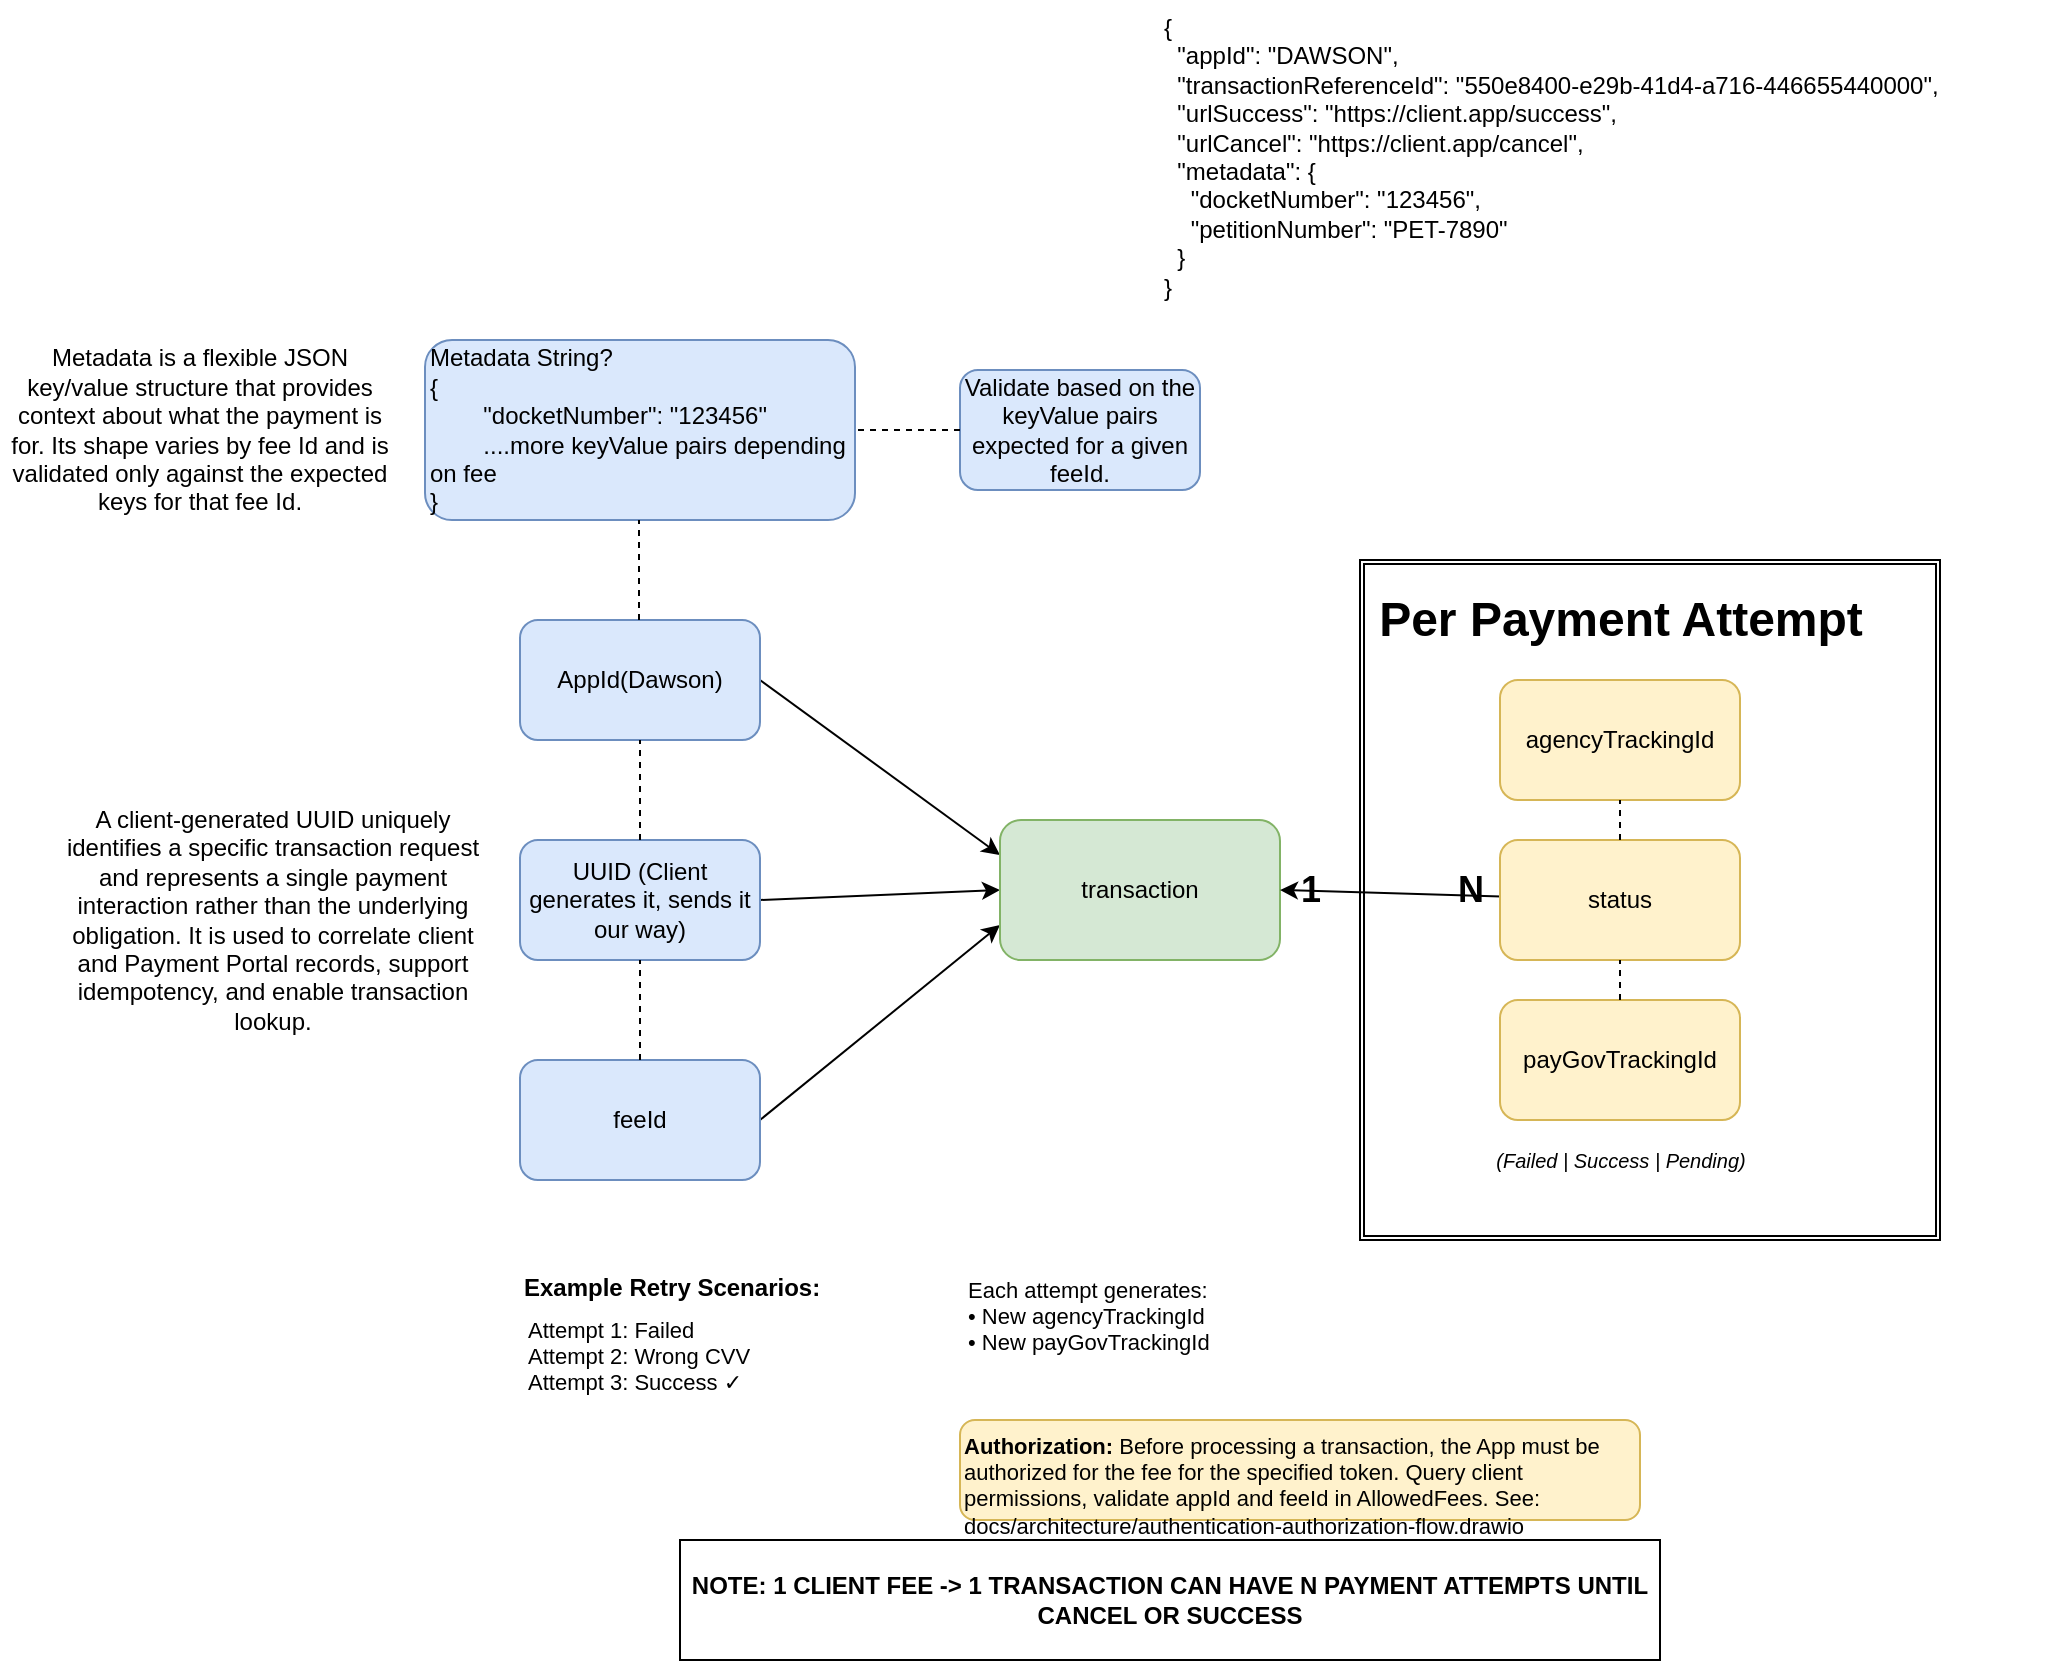
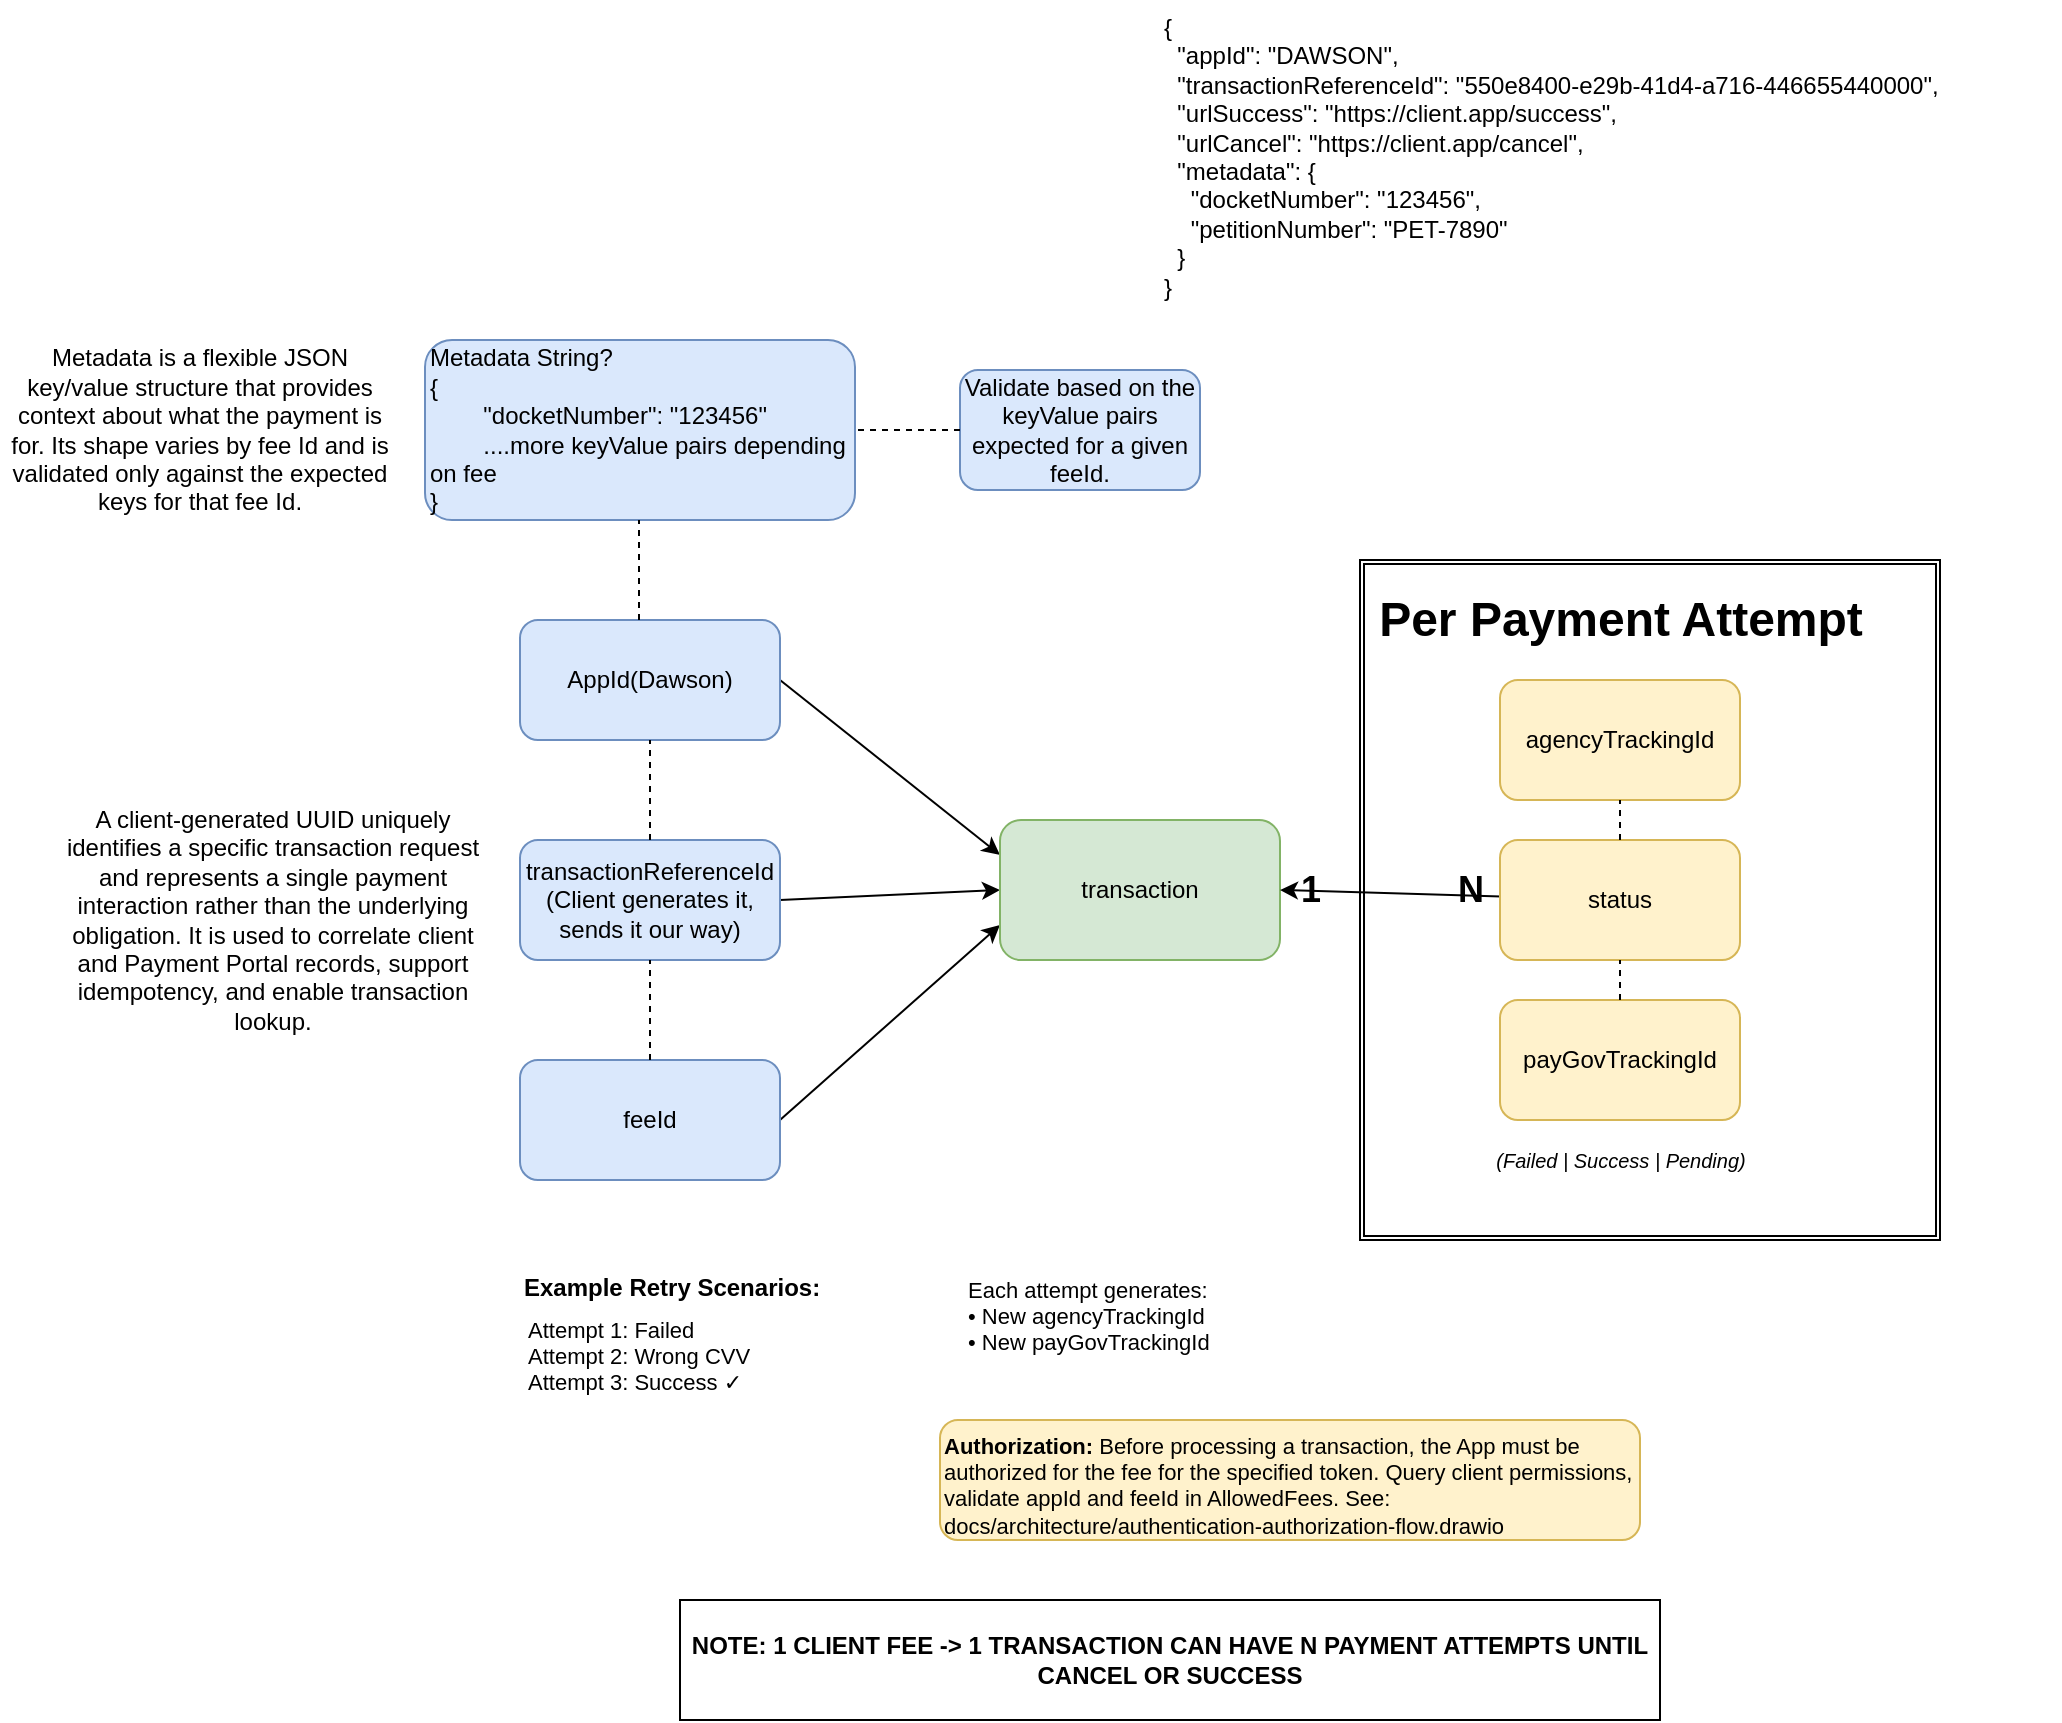
<mxfile host="65bd71144e">
    <diagram id="44C6MNScdNAlMVhiBaLj" name="Page-1">
-         <mxGraphModel dx="2070" dy="1931" grid="1" gridSize="10" guides="1" tooltips="1" connect="1" arrows="1" fold="1" page="1" pageScale="1" pageWidth="850" pageHeight="1100" math="0" shadow="0">
+         <mxGraphModel dx="1432" dy="1665" grid="1" gridSize="10" guides="1" tooltips="1" connect="1" arrows="1" fold="1" page="1" pageScale="1" pageWidth="850" pageHeight="1100" math="0" shadow="0">
            <root>
                <mxCell id="0"/>
                <mxCell id="1" parent="0"/>
                <mxCell id="14" style="edgeStyle=none;html=1;exitX=1;exitY=0.5;exitDx=0;exitDy=0;entryX=0;entryY=0.25;entryDx=0;entryDy=0;" parent="1" source="2" target="8" edge="1">
                    <mxGeometry relative="1" as="geometry"/>
                </mxCell>
                <mxCell id="2" value="AppId(Dawson)" style="rounded=1;whiteSpace=wrap;html=1;fillColor=#dae8fc;strokeColor=#6c8ebf;" parent="1" vertex="1">
-                     <mxGeometry x="180" y="160" width="120" height="60" as="geometry"/>
+                     <mxGeometry x="180" y="160" width="130" height="60" as="geometry"/>
                </mxCell>
                <mxCell id="15" style="edgeStyle=none;html=1;exitX=1;exitY=0.5;exitDx=0;exitDy=0;entryX=0;entryY=0.5;entryDx=0;entryDy=0;" parent="1" source="5" target="8" edge="1">
                    <mxGeometry relative="1" as="geometry"/>
                </mxCell>
-                 <mxCell id="5" value="UUID (Client generates it, sends it our way)" style="rounded=1;whiteSpace=wrap;html=1;fillColor=#dae8fc;strokeColor=#6c8ebf;" parent="1" vertex="1">
-                     <mxGeometry x="180" y="270" width="120" height="60" as="geometry"/>
+                 <mxCell id="5" value="transactionReferenceId (Client generates it, sends it our way)" style="rounded=1;whiteSpace=wrap;html=1;fillColor=#dae8fc;strokeColor=#6c8ebf;" parent="1" vertex="1">
+                     <mxGeometry x="180" y="270" width="130" height="60" as="geometry"/>
                </mxCell>
                <mxCell id="16" style="edgeStyle=none;html=1;exitX=1;exitY=0.5;exitDx=0;exitDy=0;entryX=0;entryY=0.75;entryDx=0;entryDy=0;" parent="1" source="7" target="8" edge="1">
                    <mxGeometry relative="1" as="geometry"/>
                </mxCell>
                <mxCell id="7" value="feeId" style="rounded=1;whiteSpace=wrap;html=1;fillColor=#dae8fc;strokeColor=#6c8ebf;" parent="1" vertex="1">
-                     <mxGeometry x="180" y="380" width="120" height="60" as="geometry"/>
+                     <mxGeometry x="180" y="380" width="130" height="60" as="geometry"/>
                </mxCell>
                <mxCell id="8" value="transaction" style="rounded=1;whiteSpace=wrap;html=1;fillColor=#d5e8d4;strokeColor=#82b366;" parent="1" vertex="1">
                    <mxGeometry x="420" y="260" width="140" height="70" as="geometry"/>
                </mxCell>
                <mxCell id="19" value="" style="shape=ext;double=1;rounded=0;whiteSpace=wrap;html=1;" parent="1" vertex="1">
                    <mxGeometry x="600" y="130" width="290" height="340" as="geometry"/>
                </mxCell>
                <mxCell id="17" value="" style="endArrow=none;dashed=1;html=1;entryX=0.5;entryY=1;entryDx=0;entryDy=0;exitX=0.5;exitY=0;exitDx=0;exitDy=0;" parent="1" source="7" target="5" edge="1">
                    <mxGeometry width="50" height="50" relative="1" as="geometry">
                        <mxPoint x="190" y="390" as="sourcePoint"/>
                        <mxPoint x="240" y="340" as="targetPoint"/>
                    </mxGeometry>
                </mxCell>
                <mxCell id="18" value="" style="endArrow=none;dashed=1;html=1;entryX=0.5;entryY=1;entryDx=0;entryDy=0;exitX=0.5;exitY=0;exitDx=0;exitDy=0;" parent="1" source="5" target="2" edge="1">
                    <mxGeometry width="50" height="50" relative="1" as="geometry">
                        <mxPoint x="210" y="280" as="sourcePoint"/>
                        <mxPoint x="260" y="230" as="targetPoint"/>
                    </mxGeometry>
                </mxCell>
                <mxCell id="10" value="agencyTrackingId" style="rounded=1;whiteSpace=wrap;html=1;fillColor=#fff2cc;strokeColor=#d6b656;" parent="1" vertex="1">
                    <mxGeometry x="670" y="190" width="120" height="60" as="geometry"/>
                </mxCell>
                <mxCell id="11" value="payGovTrackingId" style="rounded=1;whiteSpace=wrap;html=1;fillColor=#fff2cc;strokeColor=#d6b656;" parent="1" vertex="1">
                    <mxGeometry x="670" y="350" width="120" height="60" as="geometry"/>
                </mxCell>
                <mxCell id="13" value="" style="endArrow=classic;startArrow=classic;html=1;exitX=1;exitY=0.5;exitDx=0;exitDy=0;" parent="1" source="8" edge="1">
                    <mxGeometry width="50" height="50" relative="1" as="geometry">
                        <mxPoint x="620" y="330" as="sourcePoint"/>
                        <mxPoint x="730" y="300" as="targetPoint"/>
                    </mxGeometry>
                </mxCell>
                <mxCell id="22" value="Per Payment Attempt" style="text;strokeColor=none;fillColor=none;html=1;fontSize=24;fontStyle=1;verticalAlign=middle;align=center;" parent="1" vertex="1">
                    <mxGeometry x="680" y="140" width="100" height="40" as="geometry"/>
                </mxCell>
                <mxCell id="23" value="1" style="text;strokeColor=none;fillColor=none;html=1;fontSize=18;fontStyle=1;verticalAlign=middle;align=center;" parent="1" vertex="1">
                    <mxGeometry x="560" y="280" width="30" height="30" as="geometry"/>
                </mxCell>
                <mxCell id="24" value="N" style="text;strokeColor=none;fillColor=none;html=1;fontSize=18;fontStyle=1;verticalAlign=middle;align=center;" parent="1" vertex="1">
                    <mxGeometry x="640" y="280" width="30" height="30" as="geometry"/>
                </mxCell>
                <mxCell id="25" value="Example Retry Scenarios:" style="text;strokeColor=none;fillColor=none;html=1;fontSize=12;fontStyle=1;verticalAlign=top;align=left;" parent="1" vertex="1">
                    <mxGeometry x="180" y="480" width="180" height="20" as="geometry"/>
                </mxCell>
                <mxCell id="26" value="Attempt 1: Failed&#xa;Attempt 2: Wrong CVV&#xa;Attempt 3: Success ✓" style="text;strokeColor=none;fillColor=none;html=1;fontSize=11;verticalAlign=top;align=left;spacing=4;" parent="1" vertex="1">
                    <mxGeometry x="180" y="500" width="180" height="60" as="geometry"/>
                </mxCell>
                <mxCell id="27" value="Each attempt generates:&lt;br&gt;• New agencyTrackingId&lt;br&gt;• New payGovTrackingId&lt;div&gt;&lt;br/&gt;&lt;/div&gt;" style="text;strokeColor=none;fillColor=none;html=1;fontSize=11;verticalAlign=top;align=left;spacing=4;" parent="1" vertex="1">
                    <mxGeometry x="400" y="480" width="180" height="80" as="geometry"/>
                </mxCell>
                <mxCell id="28" value="status" style="rounded=1;whiteSpace=wrap;html=1;fillColor=#fff2cc;strokeColor=#d6b656;" parent="1" vertex="1">
                    <mxGeometry x="670" y="270" width="120" height="60" as="geometry"/>
                </mxCell>
                <mxCell id="29" value="" style="endArrow=none;dashed=1;html=1;entryX=0.5;entryY=1;entryDx=0;entryDy=0;exitX=0.5;exitY=0;exitDx=0;exitDy=0;" parent="1" source="28" target="10" edge="1">
                    <mxGeometry width="50" height="50" relative="1" as="geometry">
                        <mxPoint x="730" y="280" as="sourcePoint"/>
                        <mxPoint x="730" y="250" as="targetPoint"/>
                    </mxGeometry>
                </mxCell>
                <mxCell id="30" value="" style="endArrow=none;dashed=1;html=1;entryX=0.5;entryY=1;entryDx=0;entryDy=0;exitX=0.5;exitY=0;exitDx=0;exitDy=0;" parent="1" source="11" target="28" edge="1">
                    <mxGeometry width="50" height="50" relative="1" as="geometry">
                        <mxPoint x="730" y="360" as="sourcePoint"/>
                        <mxPoint x="730" y="330" as="targetPoint"/>
                    </mxGeometry>
                </mxCell>
                <mxCell id="31" value="(Failed | Success | Pending)" style="text;strokeColor=none;fillColor=none;html=1;fontSize=10;fontStyle=2;verticalAlign=middle;align=center;" parent="1" vertex="1">
                    <mxGeometry x="630" y="420" width="200" height="20" as="geometry"/>
                </mxCell>
                <mxCell id="32" value="&lt;b&gt;NOTE: 1 CLIENT FEE -&amp;gt; 1 TRANSACTION CAN HAVE N PAYMENT ATTEMPTS UNTIL CANCEL OR SUCCESS&lt;/b&gt;" style="rounded=0;whiteSpace=wrap;html=1;" parent="1" vertex="1">
-                     <mxGeometry x="260" y="620" width="490" height="60" as="geometry"/>
+                     <mxGeometry x="260" y="650" width="490" height="60" as="geometry"/>
                </mxCell>
                <mxCell id="auth-note" value="&lt;b&gt;Authorization:&lt;/b&gt; Before processing a transaction, the App must be authorized for the fee for the specified token. Query client permissions, validate appId and feeId in AllowedFees. See: docs/architecture/authentication-authorization-flow.drawio" style="rounded=1;whiteSpace=wrap;html=1;fillColor=#fff2cc;strokeColor=#d6b656;fontSize=11;align=left;verticalAlign=top;fontStyle=0;" parent="1" vertex="1">
-                     <mxGeometry x="400" y="560" width="340" height="50" as="geometry"/>
+                     <mxGeometry x="390" y="560" width="350" height="60" as="geometry"/>
                </mxCell>
                <mxCell id="33" value="Metadata String?&lt;div&gt;{&lt;/div&gt;&lt;div&gt;&lt;span style=&quot;white-space: pre;&quot;&gt;&#x9;&lt;/span&gt;&quot;docketNumber&quot;: &quot;123456&quot;&lt;/div&gt;&lt;div&gt;&lt;span style=&quot;white-space: pre;&quot;&gt;&#x9;&lt;/span&gt;....more keyValue pairs depending on fee&lt;br&gt;&lt;/div&gt;&lt;div&gt;}&lt;/div&gt;" style="rounded=1;whiteSpace=wrap;html=1;fillColor=#dae8fc;strokeColor=#6c8ebf;align=left;" parent="1" vertex="1">
                    <mxGeometry x="132.5" y="20" width="215" height="90" as="geometry"/>
                </mxCell>
                <mxCell id="35" value="" style="endArrow=none;dashed=1;html=1;entryX=0.5;entryY=1;entryDx=0;entryDy=0;exitX=0.5;exitY=0;exitDx=0;exitDy=0;" parent="1" edge="1">
                    <mxGeometry width="50" height="50" relative="1" as="geometry">
                        <mxPoint x="239.5" y="160" as="sourcePoint"/>
                        <mxPoint x="239.5" y="110" as="targetPoint"/>
                    </mxGeometry>
                </mxCell>
                <mxCell id="36" value="Validate based on the keyValue pairs expected for a given feeId." style="rounded=1;whiteSpace=wrap;html=1;fillColor=#dae8fc;strokeColor=#6c8ebf;" parent="1" vertex="1">
                    <mxGeometry x="400" y="35" width="120" height="60" as="geometry"/>
                </mxCell>
                <mxCell id="37" value="" style="endArrow=none;dashed=1;html=1;entryX=1;entryY=0.5;entryDx=0;entryDy=0;exitX=0;exitY=0.5;exitDx=0;exitDy=0;" parent="1" source="36" target="33" edge="1">
                    <mxGeometry width="50" height="50" relative="1" as="geometry">
                        <mxPoint x="380" y="120" as="sourcePoint"/>
                        <mxPoint x="380" y="70" as="targetPoint"/>
                    </mxGeometry>
                </mxCell>
                <mxCell id="38" value="A client-generated UUID uniquely identifies a specific transaction request and represents a single payment interaction rather than the underlying obligation. It is used to correlate client and Payment Portal records, support idempotency, and enable transaction lookup." style="text;html=1;align=center;verticalAlign=middle;whiteSpace=wrap;rounded=0;" parent="1" vertex="1">
                    <mxGeometry x="-50" y="240" width="212.5" height="140" as="geometry"/>
                </mxCell>
                <mxCell id="40" value="Metadata is a flexible JSON key/value structure that provides context about what the payment is for. Its shape varies by fee Id and is validated only against the expected keys for that fee Id." style="text;html=1;align=center;verticalAlign=middle;whiteSpace=wrap;rounded=0;" parent="1" vertex="1">
                    <mxGeometry x="-80" y="10" width="200" height="110" as="geometry"/>
                </mxCell>
                <UserObject label="{&#xa;  &quot;appId&quot;: &quot;DAWSON&quot;,&#xa;  &quot;transactionReferenceId&quot;: &quot;550e8400-e29b-41d4-a716-446655440000&quot;,&#xa;  &quot;urlSuccess&quot;: &quot;https://client.app/success&quot;,&#xa;  &quot;urlCancel&quot;: &quot;https://client.app/cancel&quot;,&#xa;  &quot;metadata&quot;: {&#xa;    &quot;docketNumber&quot;: &quot;123456&quot;,&#xa;    &quot;petitionNumber&quot;: &quot;PET-7890&quot;&#xa;  }&#xa;}" link="{&#xa;  &quot;appId&quot;: &quot;DAWSON&quot;,&#xa;  &quot;transactionUUID&quot;: &quot;550e8400-e29b-41d4-a716-446655440000&quot;,&#xa;  &quot;urlSuccess&quot;: &quot;https://client.app/success&quot;,&#xa;  &quot;urlCancel&quot;: &quot;https://client.app/cancel&quot;,&#xa;  &quot;metadata&quot;: {&#xa;    &quot;docketNumber&quot;: &quot;123456&quot;,&#xa;    &quot;petitionNumber&quot;: &quot;PET-7890&quot;&#xa;  }&#xa;}" id="42">
                    <mxCell style="text;whiteSpace=wrap;" parent="1" vertex="1">
                        <mxGeometry x="500" y="-150" width="450" height="170" as="geometry"/>
                    </mxCell>
                </UserObject>
            </root>
        </mxGraphModel>
    </diagram>
</mxfile>
